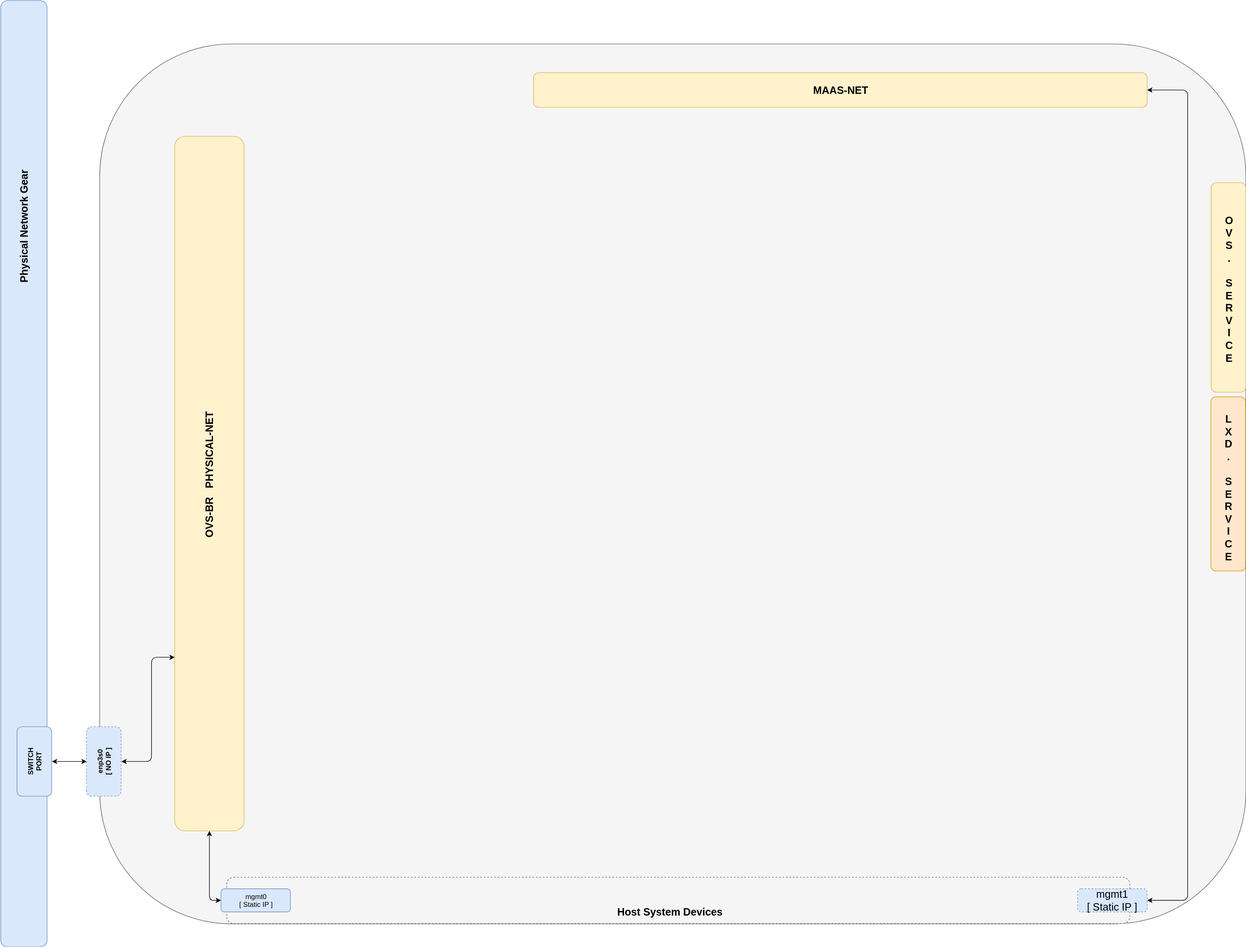
Before: 2_Bare-Metal_LXD-On-OVS/web/drawio/lxd-on-openvswitch.svg, a diagram exported from draw.io (KathrynMorgan/mini-stack). Source tidied: cells renumbered, new cells last; positions are measured from the earlier drawing's top-left corner, leaving out a move shared by most shapes. Its diagram source:
```xml
<mxGraphModel background="#ffffff">
  <root>
    <mxCell id="0" />
    <mxCell id="1" parent="0" />
    <mxCell id="2" style="rounded=1;whiteSpace=wrap;html=1;fillColor=#f5f5f5;strokeColor=#666666;" parent="1" vertex="1">
      <mxGeometry x="948.5" y="450.5" width="1980" height="1520" as="geometry" />
    </mxCell>
    <mxCell id="3" style="rounded=1;whiteSpace=wrap;html=1;fillColor=#dae8fc;strokeColor=#6c8ebf;rotation=90;" parent="1" vertex="1">
      <mxGeometry y="1153" width="1635" height="80" as="geometry" />
    </mxCell>
    <mxCell id="4" style="edgeStyle=orthogonalEdgeStyle;rounded=1;html=1;exitX=0.5;exitY=1;entryX=0;entryY=0.5;startArrow=classic;startFill=1;jettySize=auto;strokeColor=#000000;fontSize=18;" parent="1" edge="1" source="5" target="15">
      <mxGeometry relative="1" as="geometry" />
    </mxCell>
    <mxCell id="5" style="rounded=1;whiteSpace=wrap;html=1;fillColor=#fff2cc;strokeColor=#d6b656;" parent="1" vertex="1">
      <mxGeometry x="1078" y="610" width="120" height="1200" as="geometry" />
    </mxCell>
    <mxCell id="6" value="&lt;font style=&quot;font-size: 18px&quot;&gt;&lt;b&gt;OVS-BR&amp;nbsp; &amp;nbsp;PHYSICAL-NET&lt;/b&gt;&lt;/font&gt;" style="text;html=1;strokeColor=none;fillColor=none;align=center;verticalAlign=middle;whiteSpace=wrap;rounded=0;rotation=-90;" parent="1" vertex="1">
      <mxGeometry x="993" y="1180" width="290" height="30" as="geometry" />
    </mxCell>
    <mxCell id="7" style="edgeStyle=segmentEdgeStyle;endArrow=classic;html=1;startArrow=classic;startFill=1;exitX=0;exitY=0.75;entryX=0.5;entryY=1;" parent="1" edge="1" source="5" target="18">
      <mxGeometry relative="1" as="geometry">
        <Array as="points">
          <mxPoint x="1038" y="1510" />
          <mxPoint x="1038" y="1690" />
        </Array>
      </mxGeometry>
    </mxCell>
    <mxCell id="8" style="rounded=1;whiteSpace=wrap;html=1;fillColor=#ffe6cc;strokeColor=#d79b00;rotation=0;" parent="1" vertex="1">
      <mxGeometry x="2868" y="1060" width="60" height="301" as="geometry" />
    </mxCell>
    <mxCell id="9" style="edgeStyle=orthogonalEdgeStyle;rounded=1;html=1;exitX=0.5;exitY=0;entryX=1;entryY=0.5;startArrow=classic;startFill=1;jettySize=auto;fontSize=18;" parent="1" edge="1" source="10" target="16">
      <mxGeometry relative="1" as="geometry">
        <Array as="points">
          <mxPoint x="2828" y="530" />
          <mxPoint x="2828" y="1930" />
        </Array>
      </mxGeometry>
    </mxCell>
    <mxCell id="10" style="rounded=1;whiteSpace=wrap;html=1;fillColor=#fff2cc;strokeColor=#d6b656;rotation=90;" parent="1" vertex="1">
      <mxGeometry x="2198" width="60" height="1060" as="geometry" />
    </mxCell>
    <mxCell id="11" value="&lt;font style=&quot;font-size: 18px&quot;&gt;&lt;b&gt;MAAS-NET&lt;/b&gt;&lt;/font&gt;" style="text;html=1;strokeColor=none;fillColor=none;align=center;verticalAlign=middle;whiteSpace=wrap;rounded=0;" parent="1" vertex="1">
      <mxGeometry x="2178" y="520" width="100" height="20" as="geometry" />
    </mxCell>
    <mxCell id="12" value="&lt;span style=&quot;font-size: 18px&quot;&gt;&lt;b&gt;L&lt;br&gt;X&lt;br&gt;D&lt;br&gt;.&lt;br&gt;&lt;br&gt;S&lt;br&gt;E&lt;br&gt;R&lt;br&gt;V&lt;br&gt;I&lt;br&gt;C&lt;br&gt;E&lt;br&gt;&lt;/b&gt;&lt;/span&gt;" style="text;html=1;strokeColor=none;fillColor=none;align=center;verticalAlign=middle;whiteSpace=wrap;rounded=0;" parent="1" vertex="1">
      <mxGeometry x="2878" y="1185" width="40" height="58" as="geometry" />
    </mxCell>
    <mxCell id="13" value="Physical Network Gear" style="text;html=1;strokeColor=none;fillColor=none;align=center;verticalAlign=middle;whiteSpace=wrap;rounded=0;fontSize=18;fontStyle=1;rotation=-90;" parent="1" vertex="1">
      <mxGeometry x="712.5" y="755.1" width="210" height="20" as="geometry" />
    </mxCell>
    <mxCell id="14" style="rounded=1;whiteSpace=wrap;html=1;fontSize=18;fillColor=#f5f5f5;strokeColor=#666666;dashed=1;" parent="1" vertex="1">
      <mxGeometry x="1168" y="1890" width="1560" height="80" as="geometry" />
    </mxCell>
    <mxCell id="15" value="mgmt0&lt;br&gt;[ Static IP ]&lt;br&gt;" style="rounded=1;whiteSpace=wrap;html=1;fillColor=#dae8fc;strokeColor=#6c8ebf;" parent="1" vertex="1">
      <mxGeometry x="1158" y="1910" width="120" height="40" as="geometry" />
    </mxCell>
    <mxCell id="16" value="&lt;span style=&quot;font-size: 18px&quot;&gt;mgmt1&lt;br&gt;[ Static IP ]&lt;br&gt;&lt;/span&gt;" style="rounded=1;whiteSpace=wrap;html=1;fillColor=#dae8fc;strokeColor=#6c8ebf;dashed=1;" parent="1" vertex="1">
      <mxGeometry x="2638" y="1910" width="120" height="40" as="geometry" />
    </mxCell>
    <mxCell id="17" value="&lt;b&gt;Host System Devices&lt;br&gt;&lt;/b&gt;" style="text;html=1;strokeColor=none;fillColor=none;align=center;verticalAlign=middle;whiteSpace=wrap;rounded=0;dashed=1;fontSize=18;" parent="1" vertex="1">
      <mxGeometry x="1808" y="1930" width="250" height="40" as="geometry" />
    </mxCell>
    <mxCell id="18" value="&lt;b&gt;enp3s0&lt;br&gt;[ NO IP ]&lt;/b&gt;" style="rounded=1;whiteSpace=wrap;html=1;fillColor=#dae8fc;strokeColor=#6c8ebf;rotation=-90;dashed=1;" parent="1" vertex="1">
      <mxGeometry x="895.5" y="1660" width="120" height="60" as="geometry" />
    </mxCell>
    <mxCell id="19" style="edgeStyle=orthogonalEdgeStyle;rounded=0;html=1;exitX=0.5;exitY=1;entryX=0.5;entryY=0;startArrow=classic;startFill=1;jettySize=auto;fontSize=18;" parent="1" edge="1" source="20" target="18">
      <mxGeometry relative="1" as="geometry" />
    </mxCell>
    <mxCell id="20" value="&lt;b&gt;SWITCH&lt;br&gt;PORT&lt;/b&gt;" style="rounded=1;whiteSpace=wrap;html=1;fillColor=#dae8fc;strokeColor=#6c8ebf;rotation=-90;" parent="1" vertex="1">
      <mxGeometry x="775.5" y="1660" width="120" height="60" as="geometry" />
    </mxCell>
    <mxCell id="21" style="rounded=1;whiteSpace=wrap;html=1;fillColor=#fff2cc;strokeColor=#d6b656;rotation=0;" parent="1" vertex="1">
      <mxGeometry x="2868.5" y="690" width="60" height="362" as="geometry" />
    </mxCell>
    <mxCell id="22" value="&lt;span style=&quot;font-size: 18px&quot;&gt;&lt;b&gt;O&lt;br&gt;V&lt;br&gt;S&lt;br&gt;.&lt;br&gt;&lt;br&gt;S&lt;br&gt;E&lt;br&gt;R&lt;br&gt;V&lt;br&gt;I&lt;br&gt;C&lt;br&gt;E&lt;br&gt;&lt;/b&gt;&lt;/span&gt;" style="text;html=1;strokeColor=none;fillColor=none;align=center;verticalAlign=middle;whiteSpace=wrap;rounded=0;" parent="1" vertex="1">
      <mxGeometry x="2878.5" y="842" width="40" height="58" as="geometry" />
    </mxCell>
  </root>
</mxGraphModel>
```
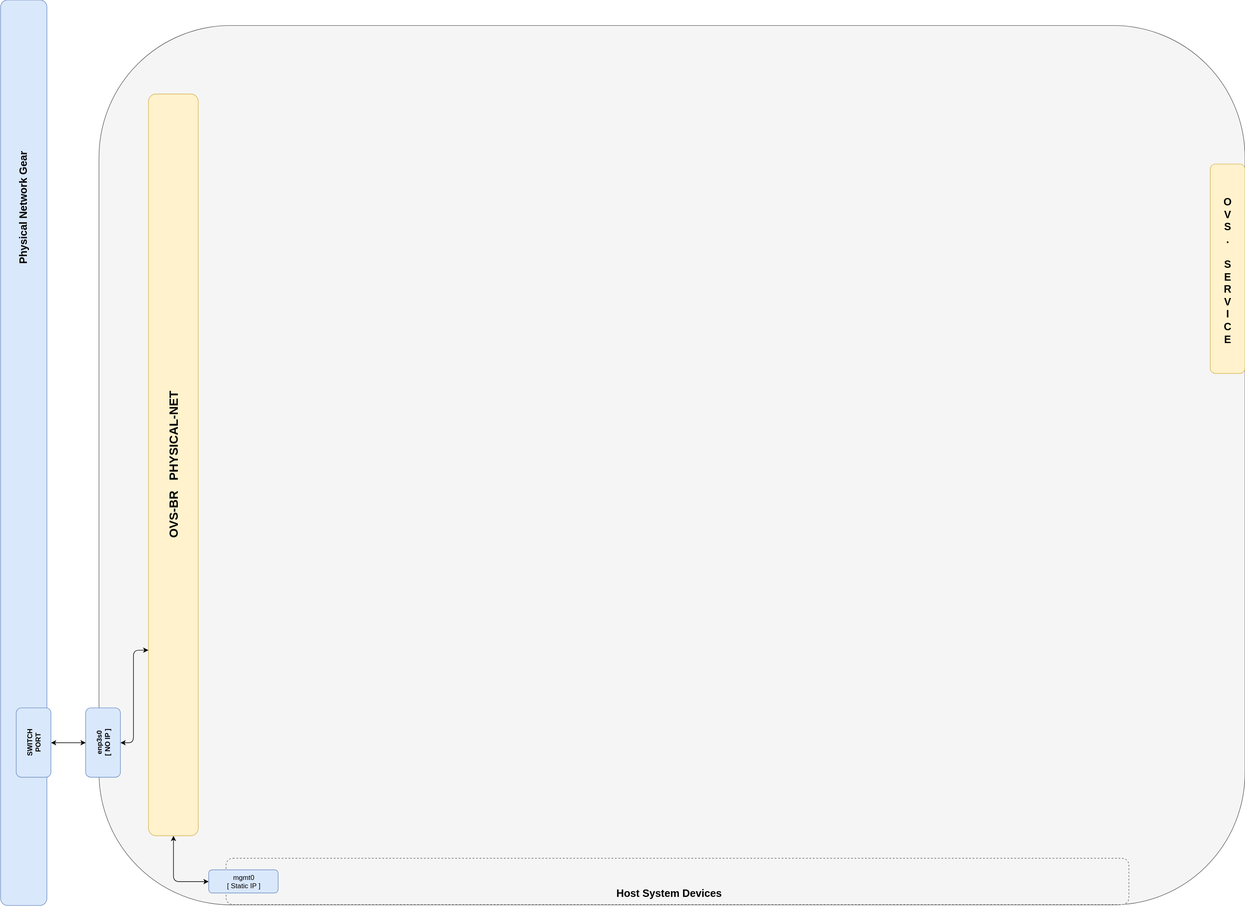
After the change.

Commit message:
lxd-on-openvswitch README+Diagram update

The edit, as a diff of the source:
```diff
@@ -6,45 +6,22 @@
       <mxGeometry x="948.5" y="450.5" width="1980" height="1520" as="geometry" />
     </mxCell>
     <mxCell id="3" style="rounded=1;whiteSpace=wrap;html=1;fillColor=#dae8fc;strokeColor=#6c8ebf;rotation=90;" parent="1" vertex="1">
-      <mxGeometry y="1153" width="1635" height="80" as="geometry" />
+      <mxGeometry x="36" y="1149" width="1565" height="80" as="geometry" />
     </mxCell>
-    <mxCell id="4" style="edgeStyle=orthogonalEdgeStyle;rounded=1;html=1;exitX=0.5;exitY=1;entryX=0;entryY=0.5;startArrow=classic;startFill=1;jettySize=auto;strokeColor=#000000;fontSize=18;" parent="1" edge="1" source="5" target="15">
+    <mxCell id="4" style="edgeStyle=orthogonalEdgeStyle;rounded=1;html=1;exitX=1;exitY=0.5;entryX=0;entryY=0.5;startArrow=classic;startFill=1;jettySize=auto;strokeColor=#000000;fontSize=18;" parent="1" edge="1" source="5" target="15">
       <mxGeometry relative="1" as="geometry" />
     </mxCell>
-    <mxCell id="5" style="rounded=1;whiteSpace=wrap;html=1;fillColor=#fff2cc;strokeColor=#d6b656;" parent="1" vertex="1">
-      <mxGeometry x="1078" y="610" width="120" height="1200" as="geometry" />
+    <mxCell id="5" value="&lt;b&gt;&lt;font style=&quot;font-size: 21px&quot;&gt;OVS-BR &amp;nbsp; PHYSICAL-NET&lt;/font&gt;&lt;/b&gt;" style="rounded=1;whiteSpace=wrap;html=1;fillColor=#fff2cc;strokeColor=#d6b656;direction=west;rotation=-90;" parent="1" vertex="1">
+      <mxGeometry x="436" y="1167" width="1282" height="86" as="geometry" />
     </mxCell>
-    <mxCell id="6" value="&lt;font style=&quot;font-size: 18px&quot;&gt;&lt;b&gt;OVS-BR&amp;nbsp; &amp;nbsp;PHYSICAL-NET&lt;/b&gt;&lt;/font&gt;" style="text;html=1;strokeColor=none;fillColor=none;align=center;verticalAlign=middle;whiteSpace=wrap;rounded=0;rotation=-90;" parent="1" vertex="1">
-      <mxGeometry x="993" y="1180" width="290" height="30" as="geometry" />
-    </mxCell>
-    <mxCell id="7" style="edgeStyle=segmentEdgeStyle;endArrow=classic;html=1;startArrow=classic;startFill=1;exitX=0;exitY=0.75;entryX=0.5;entryY=1;" parent="1" edge="1" source="5" target="18">
+    <mxCell id="7" style="edgeStyle=segmentEdgeStyle;endArrow=classic;html=1;startArrow=classic;startFill=1;exitX=0.75;exitY=1;entryX=0.5;entryY=1;" parent="1" edge="1" source="5" target="18">
       <mxGeometry relative="1" as="geometry">
         <Array as="points">
-          <mxPoint x="1038" y="1510" />
-          <mxPoint x="1038" y="1690" />
+          <mxPoint x="1008" y="1530" />
+          <mxPoint x="1008" y="1690" />
         </Array>
       </mxGeometry>
     </mxCell>
-    <mxCell id="8" style="rounded=1;whiteSpace=wrap;html=1;fillColor=#ffe6cc;strokeColor=#d79b00;rotation=0;" parent="1" vertex="1">
-      <mxGeometry x="2868" y="1060" width="60" height="301" as="geometry" />
-    </mxCell>
-    <mxCell id="9" style="edgeStyle=orthogonalEdgeStyle;rounded=1;html=1;exitX=0.5;exitY=0;entryX=1;entryY=0.5;startArrow=classic;startFill=1;jettySize=auto;fontSize=18;" parent="1" edge="1" source="10" target="16">
-      <mxGeometry relative="1" as="geometry">
-        <Array as="points">
-          <mxPoint x="2828" y="530" />
-          <mxPoint x="2828" y="1930" />
-        </Array>
-      </mxGeometry>
-    </mxCell>
-    <mxCell id="10" style="rounded=1;whiteSpace=wrap;html=1;fillColor=#fff2cc;strokeColor=#d6b656;rotation=90;" parent="1" vertex="1">
-      <mxGeometry x="2198" width="60" height="1060" as="geometry" />
-    </mxCell>
-    <mxCell id="11" value="&lt;font style=&quot;font-size: 18px&quot;&gt;&lt;b&gt;MAAS-NET&lt;/b&gt;&lt;/font&gt;" style="text;html=1;strokeColor=none;fillColor=none;align=center;verticalAlign=middle;whiteSpace=wrap;rounded=0;" parent="1" vertex="1">
-      <mxGeometry x="2178" y="520" width="100" height="20" as="geometry" />
-    </mxCell>
-    <mxCell id="12" value="&lt;span style=&quot;font-size: 18px&quot;&gt;&lt;b&gt;L&lt;br&gt;X&lt;br&gt;D&lt;br&gt;.&lt;br&gt;&lt;br&gt;S&lt;br&gt;E&lt;br&gt;R&lt;br&gt;V&lt;br&gt;I&lt;br&gt;C&lt;br&gt;E&lt;br&gt;&lt;/b&gt;&lt;/span&gt;" style="text;html=1;strokeColor=none;fillColor=none;align=center;verticalAlign=middle;whiteSpace=wrap;rounded=0;" parent="1" vertex="1">
-      <mxGeometry x="2878" y="1185" width="40" height="58" as="geometry" />
-    </mxCell>
     <mxCell id="13" value="Physical Network Gear" style="text;html=1;strokeColor=none;fillColor=none;align=center;verticalAlign=middle;whiteSpace=wrap;rounded=0;fontSize=18;fontStyle=1;rotation=-90;" parent="1" vertex="1">
       <mxGeometry x="712.5" y="755.1" width="210" height="20" as="geometry" />
     </mxCell>
@@ -52,15 +29,12 @@
       <mxGeometry x="1168" y="1890" width="1560" height="80" as="geometry" />
     </mxCell>
     <mxCell id="15" value="mgmt0&lt;br&gt;[ Static IP ]&lt;br&gt;" style="rounded=1;whiteSpace=wrap;html=1;fillColor=#dae8fc;strokeColor=#6c8ebf;" parent="1" vertex="1">
-      <mxGeometry x="1158" y="1910" width="120" height="40" as="geometry" />
+      <mxGeometry x="1138" y="1910" width="120" height="40" as="geometry" />
     </mxCell>
-    <mxCell id="16" value="&lt;span style=&quot;font-size: 18px&quot;&gt;mgmt1&lt;br&gt;[ Static IP ]&lt;br&gt;&lt;/span&gt;" style="rounded=1;whiteSpace=wrap;html=1;fillColor=#dae8fc;strokeColor=#6c8ebf;dashed=1;" parent="1" vertex="1">
-      <mxGeometry x="2638" y="1910" width="120" height="40" as="geometry" />
-    </mxCell>
     <mxCell id="17" value="&lt;b&gt;Host System Devices&lt;br&gt;&lt;/b&gt;" style="text;html=1;strokeColor=none;fillColor=none;align=center;verticalAlign=middle;whiteSpace=wrap;rounded=0;dashed=1;fontSize=18;" parent="1" vertex="1">
       <mxGeometry x="1808" y="1930" width="250" height="40" as="geometry" />
     </mxCell>
-    <mxCell id="18" value="&lt;b&gt;enp3s0&lt;br&gt;[ NO IP ]&lt;/b&gt;" style="rounded=1;whiteSpace=wrap;html=1;fillColor=#dae8fc;strokeColor=#6c8ebf;rotation=-90;dashed=1;" parent="1" vertex="1">
+    <mxCell id="18" value="&lt;b&gt;enp3s0&lt;br&gt;[ NO IP ]&lt;/b&gt;" style="rounded=1;whiteSpace=wrap;html=1;fillColor=#dae8fc;strokeColor=#6c8ebf;rotation=-90;" parent="1" vertex="1">
       <mxGeometry x="895.5" y="1660" width="120" height="60" as="geometry" />
     </mxCell>
     <mxCell id="19" style="edgeStyle=orthogonalEdgeStyle;rounded=0;html=1;exitX=0.5;exitY=1;entryX=0.5;entryY=0;startArrow=classic;startFill=1;jettySize=auto;fontSize=18;" parent="1" edge="1" source="20" target="18">
```
